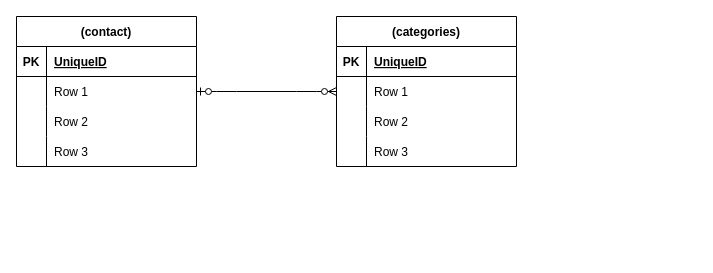
nishimiyu0313/yamadamiyu-checktest2 keeps this draw.io diagram as ER.drawio. Above is the earlier version. Source tidied: cells renumbered, new cells numbered last; positions are measured from the earlier drawing's top-left corner, leaving out a move shared by most shapes. Both pictures are drawn from the tidied source at 100%, with x=0, y=0 at pixel (16, 16).
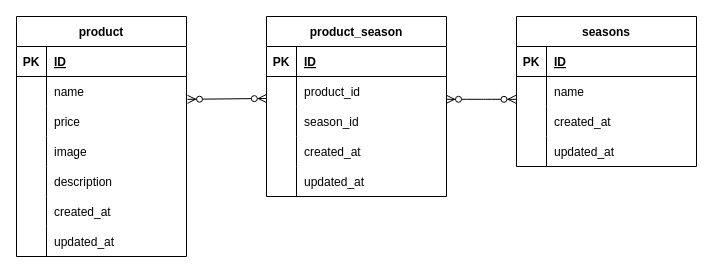
After the change.

The change refers to these unchanged cells:
```xml
<mxCell id="16" style="shape=tableRow;horizontal=0;startSize=0;swimlaneHead=0;swimlaneBody=0;fillColor=none;top=0;left=0;right=0;bottom=1;" parent="15" vertex="1">
  <mxGeometry y="30" width="180" height="30" as="geometry" />
</mxCell>
<mxCell id="19" style="shape=tableRow;horizontal=0;startSize=0;swimlaneHead=0;swimlaneBody=0;fillColor=none;points=[[0,0.5],[1,0.5]];portConstraint=eastwest;top=0;left=0;right=0;bottom=0;" parent="15" vertex="1">
  <mxGeometry y="60" width="180" height="30" as="geometry" />
</mxCell>
<mxCell id="22" style="shape=tableRow;horizontal=0;startSize=0;swimlaneHead=0;swimlaneBody=0;fillColor=none;top=0;left=0;right=0;bottom=0;" parent="15" vertex="1">
  <mxGeometry y="90" width="180" height="30" as="geometry" />
</mxCell>
<mxCell id="25" style="shape=tableRow;horizontal=0;startSize=0;swimlaneHead=0;swimlaneBody=0;fillColor=none;top=0;left=0;right=0;bottom=0;" parent="15" vertex="1">
  <mxGeometry y="120" width="180" height="30" as="geometry" />
</mxCell>
```

Diff of the diagram source:
```diff
@@
-    <mxCell id="2" value="(contact)" style="shape=table;startSize=30;childLayout=tableLayout;rowLines=0;fontStyle=1;align=center;" parent="1" vertex="1">
-      <mxGeometry width="180" height="150" as="geometry" />
+    <mxCell id="2" value="product" style="shape=table;startSize=30;childLayout=tableLayout;rowLines=0;fontStyle=1;align=center;" parent="1" vertex="1">
+      <mxGeometry width="170" height="240" as="geometry" />
     </mxCell>
     <mxCell id="3" style="shape=tableRow;horizontal=0;startSize=0;swimlaneHead=0;swimlaneBody=0;fillColor=none;top=0;left=0;right=0;bottom=1;" parent="2" vertex="1">
-      <mxGeometry y="30" width="180" height="30" as="geometry" />
+      <mxGeometry y="30" width="170" height="30" as="geometry" />
     </mxCell>
@@
-    <mxCell id="5" value="UniqueID" style="shape=partialRectangle;fillColor=none;top=0;left=0;bottom=0;right=0;align=left;spacingLeft=6;fontStyle=5;overflow=hidden;" parent="3" vertex="1">
-      <mxGeometry x="30" width="150" height="30" as="geometry" />
+    <mxCell id="5" value="ID" style="shape=partialRectangle;fillColor=none;top=0;left=0;bottom=0;right=0;align=left;spacingLeft=6;fontStyle=5;overflow=hidden;" parent="3" vertex="1">
+      <mxGeometry x="30" width="140" height="30" as="geometry" />
     </mxCell>
     <mxCell id="6" style="shape=tableRow;horizontal=0;startSize=0;swimlaneHead=0;swimlaneBody=0;fillColor=none;points=[[0,0.5],[1,0.5]];portConstraint=eastwest;top=0;left=0;right=0;bottom=0;" parent="2" vertex="1">
-      <mxGeometry y="60" width="180" height="30" as="geometry" />
+      <mxGeometry y="60" width="170" height="30" as="geometry" />
     </mxCell>
@@
-    <mxCell id="8" value="Row 1" style="shape=partialRectangle;fillColor=none;top=0;left=0;bottom=0;right=0;align=left;spacingLeft=6;overflow=hidden;" parent="6" vertex="1">
-      <mxGeometry x="30" width="150" height="30" as="geometry" />
+    <mxCell id="8" value="name" style="shape=partialRectangle;fillColor=none;top=0;left=0;bottom=0;right=0;align=left;spacingLeft=6;overflow=hidden;" parent="6" vertex="1">
+      <mxGeometry x="30" width="140" height="30" as="geometry" />
     </mxCell>
     <mxCell id="9" style="shape=tableRow;horizontal=0;startSize=0;swimlaneHead=0;swimlaneBody=0;fillColor=none;top=0;left=0;right=0;bottom=0;" parent="2" vertex="1">
-      <mxGeometry y="90" width="180" height="30" as="geometry" />
+      <mxGeometry y="90" width="170" height="30" as="geometry" />
     </mxCell>
@@
-    <mxCell id="11" value="Row 2" style="shape=partialRectangle;fillColor=none;top=0;left=0;bottom=0;right=0;align=left;spacingLeft=6;overflow=hidden;" parent="9" vertex="1">
-      <mxGeometry x="30" width="150" height="30" as="geometry" />
+    <mxCell id="11" value="price" style="shape=partialRectangle;fillColor=none;top=0;left=0;bottom=0;right=0;align=left;spacingLeft=6;overflow=hidden;" parent="9" vertex="1">
+      <mxGeometry x="30" width="140" height="30" as="geometry" />
     </mxCell>
     <mxCell id="12" style="shape=tableRow;horizontal=0;startSize=0;swimlaneHead=0;swimlaneBody=0;fillColor=none;top=0;left=0;right=0;bottom=0;" parent="2" vertex="1">
-      <mxGeometry y="120" width="180" height="30" as="geometry" />
+      <mxGeometry y="120" width="170" height="30" as="geometry" />
     </mxCell>
@@
-    <mxCell id="14" value="Row 3" style="shape=partialRectangle;fillColor=none;top=0;left=0;bottom=0;right=0;align=left;spacingLeft=6;overflow=hidden;" parent="12" vertex="1">
-      <mxGeometry x="30" width="150" height="30" as="geometry" />
+    <mxCell id="14" value="image" style="shape=partialRectangle;fillColor=none;top=0;left=0;bottom=0;right=0;align=left;spacingLeft=6;overflow=hidden;" parent="12" vertex="1">
+      <mxGeometry x="30" width="140" height="30" as="geometry" />
     </mxCell>
+    <mxCell id="29" style="shape=tableRow;horizontal=0;startSize=0;swimlaneHead=0;swimlaneBody=0;fillColor=none;top=0;left=0;right=0;bottom=0;" parent="2" vertex="1">
+      <mxGeometry y="150" width="170" height="30" as="geometry" />
+    </mxCell>
+    <mxCell id="30" style="shape=partialRectangle;fillColor=none;top=0;left=0;bottom=0;right=0;overflow=hidden;" parent="29" vertex="1">
+      <mxGeometry width="30" height="30" as="geometry" />
+    </mxCell>
+    <mxCell id="31" value="description" style="shape=partialRectangle;fillColor=none;top=0;left=0;bottom=0;right=0;align=left;spacingLeft=6;overflow=hidden;" parent="29" vertex="1">
+      <mxGeometry x="30" width="140" height="30" as="geometry" />
+    </mxCell>
+    <mxCell id="32" style="shape=tableRow;horizontal=0;startSize=0;swimlaneHead=0;swimlaneBody=0;fillColor=none;top=0;left=0;right=0;bottom=0;" parent="2" vertex="1">
+      <mxGeometry y="180" width="170" height="30" as="geometry" />
+    </mxCell>
+    <mxCell id="33" style="shape=partialRectangle;fillColor=none;top=0;left=0;bottom=0;right=0;overflow=hidden;" parent="32" vertex="1">
+      <mxGeometry width="30" height="30" as="geometry" />
+    </mxCell>
+    <mxCell id="34" value="created_at" style="shape=partialRectangle;fillColor=none;top=0;left=0;bottom=0;right=0;align=left;spacingLeft=6;overflow=hidden;" parent="32" vertex="1">
+      <mxGeometry x="30" width="140" height="30" as="geometry" />
+    </mxCell>
+    <mxCell id="35" style="shape=tableRow;horizontal=0;startSize=0;swimlaneHead=0;swimlaneBody=0;fillColor=none;top=0;left=0;right=0;bottom=0;" parent="2" vertex="1">
+      <mxGeometry y="210" width="170" height="30" as="geometry" />
+    </mxCell>
+    <mxCell id="36" style="shape=partialRectangle;fillColor=none;top=0;left=0;bottom=0;right=0;overflow=hidden;" parent="35" vertex="1">
+      <mxGeometry width="30" height="30" as="geometry" />
+    </mxCell>
+    <mxCell id="37" value="updated_at" style="shape=partialRectangle;fillColor=none;top=0;left=0;bottom=0;right=0;align=left;spacingLeft=6;overflow=hidden;" parent="35" vertex="1">
+      <mxGeometry x="30" width="140" height="30" as="geometry" />
+    </mxCell>
-    <mxCell id="15" value="(categories)" style="shape=table;startSize=30;childLayout=tableLayout;rowLines=0;fontStyle=1;align=center;" parent="1" vertex="1">
-      <mxGeometry x="320" width="180" height="150" as="geometry" />
+    <mxCell id="15" value="product_season" style="shape=table;startSize=30;childLayout=tableLayout;rowLines=0;fontStyle=1;align=center;" parent="1" vertex="1">
+      <mxGeometry x="250" width="180" height="180" as="geometry" />
     </mxCell>
@@
-    <mxCell id="18" value="UniqueID" style="shape=partialRectangle;fillColor=none;top=0;left=0;bottom=0;right=0;align=left;spacingLeft=6;fontStyle=5;overflow=hidden;" parent="16" vertex="1">
+    <mxCell id="18" value="ID" style="shape=partialRectangle;fillColor=none;top=0;left=0;bottom=0;right=0;align=left;spacingLeft=6;fontStyle=5;overflow=hidden;" parent="16" vertex="1">
       <mxGeometry x="30" width="150" height="30" as="geometry" />
     </mxCell>
@@
-    <mxCell id="21" value="Row 1" style="shape=partialRectangle;fillColor=none;top=0;left=0;bottom=0;right=0;align=left;spacingLeft=6;overflow=hidden;" parent="19" vertex="1">
+    <mxCell id="21" value="product_id" style="shape=partialRectangle;fillColor=none;top=0;left=0;bottom=0;right=0;align=left;spacingLeft=6;overflow=hidden;" parent="19" vertex="1">
       <mxGeometry x="30" width="150" height="30" as="geometry" />
     </mxCell>
@@
-    <mxCell id="24" value="Row 2" style="shape=partialRectangle;fillColor=none;top=0;left=0;bottom=0;right=0;align=left;spacingLeft=6;overflow=hidden;" parent="22" vertex="1">
+    <mxCell id="24" value="season_id" style="shape=partialRectangle;fillColor=none;top=0;left=0;bottom=0;right=0;align=left;spacingLeft=6;overflow=hidden;" parent="22" vertex="1">
       <mxGeometry x="30" width="150" height="30" as="geometry" />
     </mxCell>
@@
-    <mxCell id="27" value="Row 3" style="shape=partialRectangle;fillColor=none;top=0;left=0;bottom=0;right=0;align=left;spacingLeft=6;overflow=hidden;" parent="25" vertex="1">
+    <mxCell id="27" value="created_at" style="shape=partialRectangle;fillColor=none;top=0;left=0;bottom=0;right=0;align=left;spacingLeft=6;overflow=hidden;" parent="25" vertex="1">
       <mxGeometry x="30" width="150" height="30" as="geometry" />
     </mxCell>
+    <mxCell id="38" style="shape=tableRow;horizontal=0;startSize=0;swimlaneHead=0;swimlaneBody=0;fillColor=none;top=0;left=0;right=0;bottom=0;" parent="15" vertex="1">
+      <mxGeometry y="150" width="180" height="30" as="geometry" />
+    </mxCell>
+    <mxCell id="39" style="shape=partialRectangle;fillColor=none;top=0;left=0;bottom=0;right=0;overflow=hidden;" parent="38" vertex="1">
+      <mxGeometry width="30" height="30" as="geometry" />
+    </mxCell>
+    <mxCell id="40" value="updated_at" style="shape=partialRectangle;fillColor=none;top=0;left=0;bottom=0;right=0;align=left;spacingLeft=6;overflow=hidden;" parent="38" vertex="1">
+      <mxGeometry x="30" width="150" height="30" as="geometry" />
+    </mxCell>
+    <mxCell id="41" value="seasons" style="shape=table;startSize=30;childLayout=tableLayout;rowLines=0;fontStyle=1;align=center;" parent="1" vertex="1">
+      <mxGeometry x="500" width="180" height="150" as="geometry" />
+    </mxCell>
+    <mxCell id="42" style="shape=tableRow;horizontal=0;startSize=0;swimlaneHead=0;swimlaneBody=0;fillColor=none;top=0;left=0;right=0;bottom=1;" parent="41" vertex="1">
+      <mxGeometry y="30" width="180" height="30" as="geometry" />
+    </mxCell>
+    <mxCell id="43" value="PK" style="shape=partialRectangle;fillColor=none;top=0;left=0;bottom=0;right=0;fontStyle=1;overflow=hidden;" parent="42" vertex="1">
+      <mxGeometry width="30" height="30" as="geometry" />
+    </mxCell>
+    <mxCell id="44" value="ID" style="shape=partialRectangle;fillColor=none;top=0;left=0;bottom=0;right=0;align=left;spacingLeft=6;fontStyle=5;overflow=hidden;" parent="42" vertex="1">
+      <mxGeometry x="30" width="150" height="30" as="geometry" />
+    </mxCell>
+    <mxCell id="45" style="shape=tableRow;horizontal=0;startSize=0;swimlaneHead=0;swimlaneBody=0;fillColor=none;points=[[0,0.5],[1,0.5]];portConstraint=eastwest;top=0;left=0;right=0;bottom=0;" parent="41" vertex="1">
+      <mxGeometry y="60" width="180" height="30" as="geometry" />
+    </mxCell>
+    <mxCell id="46" style="shape=partialRectangle;fillColor=none;top=0;left=0;bottom=0;right=0;overflow=hidden;" parent="45" vertex="1">
+      <mxGeometry width="30" height="30" as="geometry" />
+    </mxCell>
+    <mxCell id="47" value="name" style="shape=partialRectangle;fillColor=none;top=0;left=0;bottom=0;right=0;align=left;spacingLeft=6;overflow=hidden;" parent="45" vertex="1">
+      <mxGeometry x="30" width="150" height="30" as="geometry" />
+    </mxCell>
+    <mxCell id="48" style="shape=tableRow;horizontal=0;startSize=0;swimlaneHead=0;swimlaneBody=0;fillColor=none;top=0;left=0;right=0;bottom=0;" parent="41" vertex="1">
+      <mxGeometry y="90" width="180" height="30" as="geometry" />
+    </mxCell>
+    <mxCell id="49" style="shape=partialRectangle;fillColor=none;top=0;left=0;bottom=0;right=0;overflow=hidden;" parent="48" vertex="1">
+      <mxGeometry width="30" height="30" as="geometry" />
+    </mxCell>
+    <mxCell id="50" value="created_at" style="shape=partialRectangle;fillColor=none;top=0;left=0;bottom=0;right=0;align=left;spacingLeft=6;overflow=hidden;" parent="48" vertex="1">
+      <mxGeometry x="30" width="150" height="30" as="geometry" />
+    </mxCell>
+    <mxCell id="51" style="shape=tableRow;horizontal=0;startSize=0;swimlaneHead=0;swimlaneBody=0;fillColor=none;top=0;left=0;right=0;bottom=0;" parent="41" vertex="1">
+      <mxGeometry y="120" width="180" height="30" as="geometry" />
+    </mxCell>
+    <mxCell id="52" style="shape=partialRectangle;fillColor=none;top=0;left=0;bottom=0;right=0;overflow=hidden;" parent="51" vertex="1">
+      <mxGeometry width="30" height="30" as="geometry" />
+    </mxCell>
+    <mxCell id="53" value="updated_at" style="shape=partialRectangle;fillColor=none;top=0;left=0;bottom=0;right=0;align=left;spacingLeft=6;overflow=hidden;" parent="51" vertex="1">
+      <mxGeometry x="30" width="150" height="30" as="geometry" />
+    </mxCell>
-    <mxCell id="28" style="edgeStyle=entityRelationEdgeStyle;fontSize=12;html=1;endArrow=ERzeroToMany;startArrow=ERzeroToOne;exitX=1;exitY=0.5;exitDx=0;exitDy=0;entryX=0;entryY=0.5;entryDx=0;entryDy=0;" parent="1" edge="1" source="6" target="19">
+    <mxCell id="28" style="fontSize=12;html=1;endArrow=ERzeroToMany;endFill=1;startArrow=ERzeroToMany;entryX=-0.001;entryY=0.733;entryDx=0;entryDy=0;entryPerimeter=0;exitX=1.006;exitY=0.76;exitDx=0;exitDy=0;exitPerimeter=0;" parent="1" edge="1" source="6" target="19">
       <mxGeometry relative="1" as="geometry" />
     </mxCell>
+    <mxCell id="54" style="edgeStyle=entityRelationEdgeStyle;fontSize=12;html=1;endArrow=ERzeroToMany;endFill=1;startArrow=ERzeroToMany;entryX=-0.003;entryY=0.76;entryDx=0;entryDy=0;entryPerimeter=0;exitX=1;exitY=0.76;exitDx=0;exitDy=0;exitPerimeter=0;" parent="1" edge="1" source="19" target="45">
+      <mxGeometry relative="1" as="geometry" />
+    </mxCell>
```
